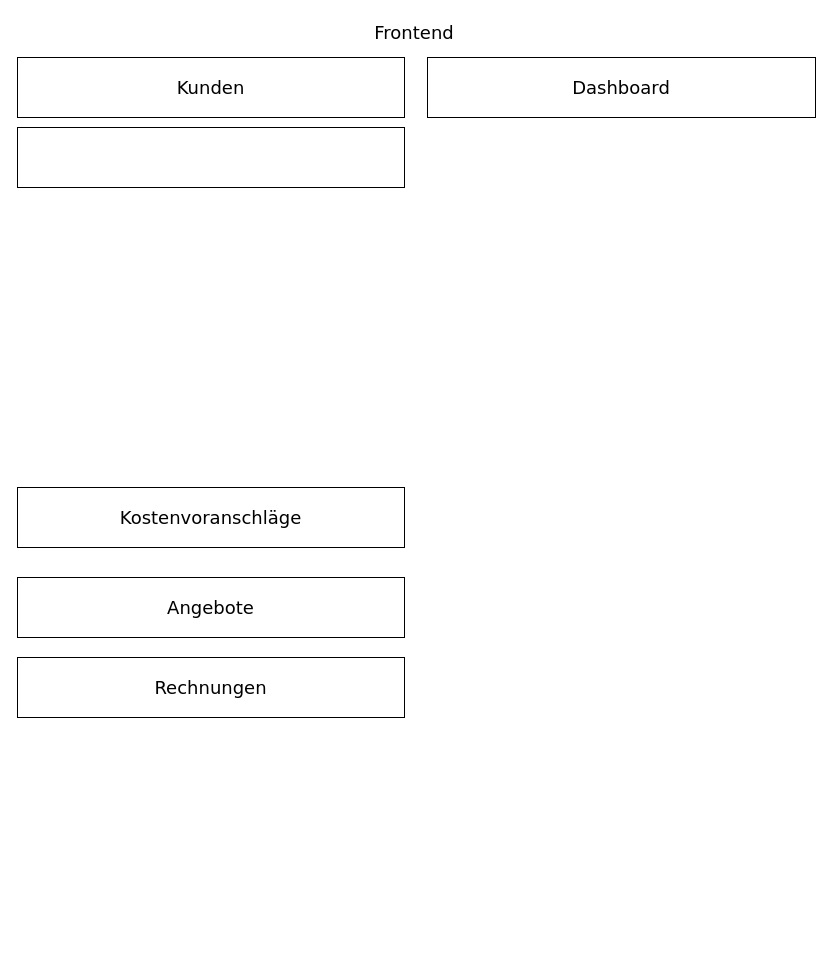
Before: page "Frontend-Overview" (1 of 4) of WunschFEUER.drawio in Adrenochrom99/github-slideshow, a draw.io diagram. Source tidied: cells renumbered, new cells numbered last; positions are measured from the earlier drawing's top-left corner, leaving out a move shared by most shapes. Both pictures are drawn from the tidied source at 100%, with x=0, y=0 at pixel (17, 17).
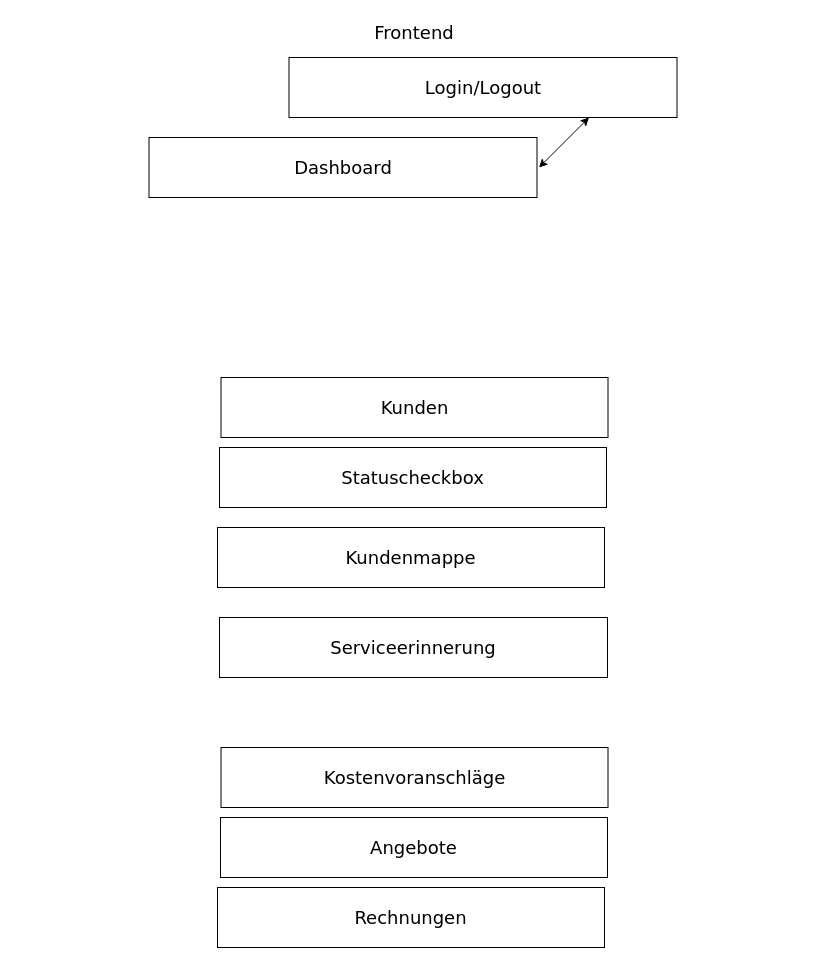
After the change.

Diff of the diagram source:
```diff
@@
 <mxGraphModel>
   <root>
     <mxCell id="0" />
     <mxCell id="1" parent="0" />
     <mxCell id="2" value="&lt;font face=&quot;Verdana&quot; style=&quot;font-size: 18px&quot;&gt;Frontend&lt;/font&gt;" style="text;html=1;strokeColor=none;fillColor=none;align=center;verticalAlign=middle;whiteSpace=wrap;rounded=0;" parent="1" vertex="1">
       <mxGeometry x="272" width="250" height="30" as="geometry" />
     </mxCell>
     <mxCell id="3" value="Kunden" style="rounded=0;whiteSpace=wrap;html=1;fontFamily=Verdana;fontSize=18;" parent="1" vertex="1">
-      <mxGeometry y="40" width="387" height="60" as="geometry" />
+      <mxGeometry x="203.5" y="360" width="387" height="60" as="geometry" />
     </mxCell>
     <mxCell id="4" value="Dashboard" style="rounded=0;whiteSpace=wrap;html=1;fontFamily=Verdana;fontSize=18;" parent="1" vertex="1">
-      <mxGeometry x="410" y="40" width="388" height="60" as="geometry" />
+      <mxGeometry x="131.5" y="120" width="388" height="60" as="geometry" />
     </mxCell>
     <mxCell id="5" value="Angebote" style="rounded=0;whiteSpace=wrap;html=1;fontFamily=Verdana;fontSize=18;" parent="1" vertex="1">
-      <mxGeometry y="560" width="387" height="60" as="geometry" />
+      <mxGeometry x="203" y="800" width="387" height="60" as="geometry" />
     </mxCell>
     <mxCell id="6" value="Kostenvoranschläge" style="rounded=0;whiteSpace=wrap;html=1;fontFamily=Verdana;fontSize=18;" parent="1" vertex="1">
-      <mxGeometry y="470" width="387" height="60" as="geometry" />
+      <mxGeometry x="203.5" y="730" width="387" height="60" as="geometry" />
     </mxCell>
     <mxCell id="7" value="Rechnungen" style="rounded=0;whiteSpace=wrap;html=1;fontFamily=Verdana;fontSize=18;" parent="1" vertex="1">
-      <mxGeometry y="640" width="387" height="60" as="geometry" />
+      <mxGeometry x="200" y="870" width="387" height="60" as="geometry" />
     </mxCell>
-    <mxCell id="8" style="rounded=0;whiteSpace=wrap;html=1;fontFamily=Verdana;fontSize=18;" parent="1" vertex="1">
-      <mxGeometry y="110" width="387" height="60" as="geometry" />
+    <mxCell id="8" value="Statuscheckbox" style="rounded=0;whiteSpace=wrap;html=1;fontFamily=Verdana;fontSize=18;" parent="1" vertex="1">
+      <mxGeometry x="202" y="430" width="387" height="60" as="geometry" />
     </mxCell>
+    <mxCell id="9" value="Login/Logout" style="rounded=0;whiteSpace=wrap;html=1;fontFamily=Verdana;fontSize=18;" parent="1" vertex="1">
+      <mxGeometry x="271.5" y="40" width="388" height="60" as="geometry" />
+    </mxCell>
+    <mxCell id="10" style="endArrow=classic;startArrow=classic;html=1;rounded=0;fontFamily=Verdana;fontSize=18;" parent="1" edge="1">
+      <mxGeometry relative="1" as="geometry">
+        <mxPoint x="521.5" y="150" as="sourcePoint" />
+        <mxPoint x="571.5" y="100" as="targetPoint" />
+      </mxGeometry>
+    </mxCell>
+    <mxCell id="11" value="Kundenmappe" style="rounded=0;whiteSpace=wrap;html=1;fontFamily=Verdana;fontSize=18;" parent="1" vertex="1">
+      <mxGeometry x="200" y="510" width="387" height="60" as="geometry" />
+    </mxCell>
+    <mxCell id="12" value="Serviceerinnerung" style="rounded=0;whiteSpace=wrap;html=1;fontFamily=Verdana;fontSize=18;" parent="1" vertex="1">
+      <mxGeometry x="202" y="600" width="388" height="60" as="geometry" />
+    </mxCell>
   </root>
 </mxGraphModel>
```
